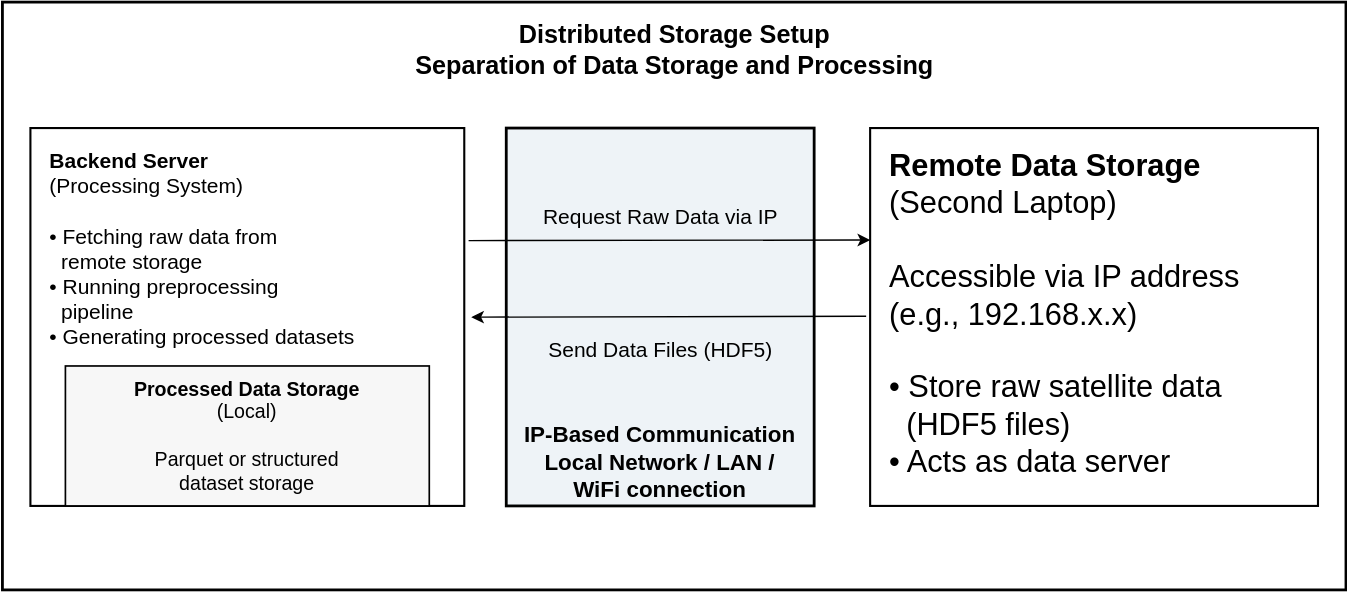
IshanG2111/Draw.io keeps this draw.io diagram as distributed_storage_setup.drawio.svg. Above is the earlier version. Source tidied: cells renumbered, new cells last; positions are measured from the earlier drawing's top-left corner, leaving out a move shared by most shapes.
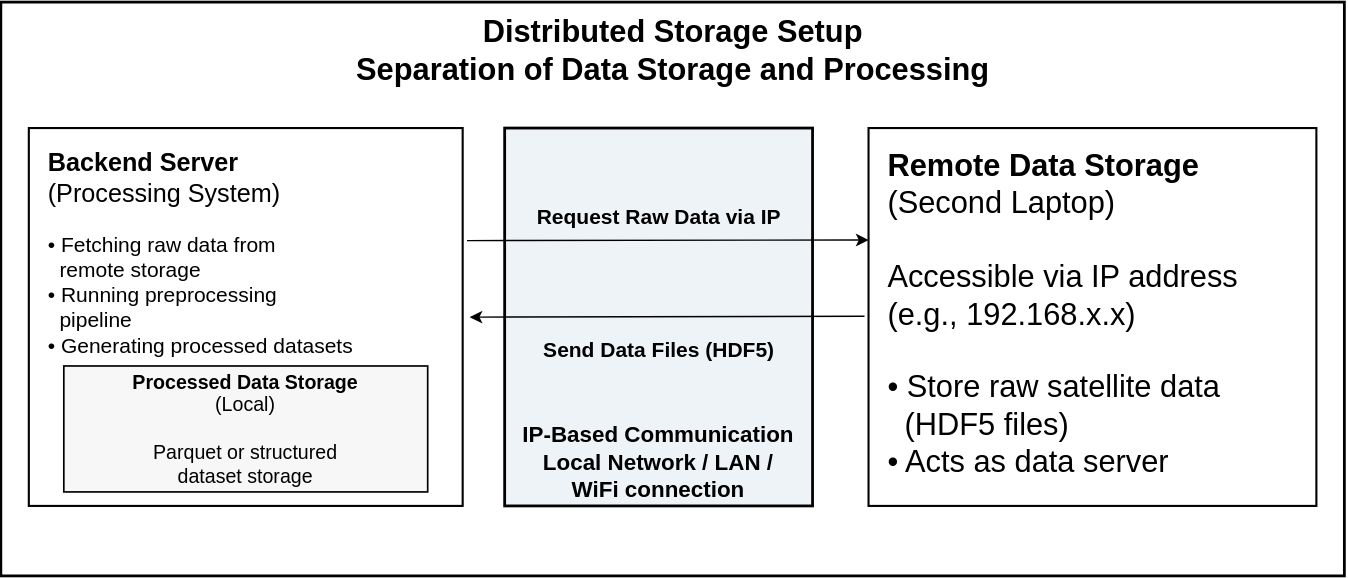
After the change.

The edit, as a diff of the source:
```diff
@@ -2,25 +2,25 @@
   <root>
     <mxCell id="0" />
     <mxCell id="1" parent="0" />
-    <mxCell id="2" style="rounded=0;whiteSpace=wrap;html=1;strokeWidth=2;fillColor=none;" parent="1" vertex="1">
-      <mxGeometry width="960" height="420" as="geometry" />
-    </mxCell>
+    <mxCell id="12" style="rounded=0;whiteSpace=wrap;html=1;strokeWidth=2;" parent="1" vertex="1">
+      <mxGeometry width="960" height="410" as="geometry" />
+    </mxCell>
-    <mxCell id="3" value="&lt;b&gt;Distributed Storage Setup&lt;/b&gt;&lt;br/&gt;Separation of Data Storage and Processing" style="text;html=1;align=center;verticalAlign=middle;fontSize=18;fontStyle=1;spacing=2;" parent="1" vertex="1">
+    <mxCell id="3" value="&lt;font style=&quot;font-size: 22px;&quot;&gt;&lt;b style=&quot;&quot;&gt;Distributed Storage Setup&lt;/b&gt;&lt;br&gt;Separation of Data Storage and Processing&lt;/font&gt;" style="text;html=1;align=center;verticalAlign=middle;fontSize=18;fontStyle=1;spacing=2;" parent="1" vertex="1">
       <mxGeometry x="250" y="10" width="460" height="50" as="geometry" />
     </mxCell>
-    <mxCell id="4" value="&lt;font style=&quot;font-size: 15px;&quot;&gt;&lt;b style=&quot;&quot;&gt;Backend Server&lt;/b&gt;&lt;br&gt;(Processing System)&lt;br&gt;&lt;br&gt;• Fetching raw data from&lt;br&gt;&amp;nbsp;&amp;nbsp;remote storage&lt;br&gt;• Running preprocessing&lt;br&gt;&amp;nbsp;&amp;nbsp;pipeline&lt;br&gt;• Generating processed datasets&lt;/font&gt;" style="rounded=0;whiteSpace=wrap;html=1;align=left;verticalAlign=top;spacingLeft=12;spacingTop=8;strokeWidth=1.5;fontSize=14;" parent="1" vertex="1">
+    <mxCell id="4" value="&lt;font style=&quot;&quot;&gt;&lt;font style=&quot;font-size: 18px;&quot;&gt;&lt;b style=&quot;&quot;&gt;Backend Server&lt;/b&gt;&lt;br&gt;(Processing System)&lt;/font&gt;&lt;br&gt;&lt;br&gt;&lt;span style=&quot;font-size: 15px;&quot;&gt;• Fetching raw data from&lt;/span&gt;&lt;br&gt;&lt;span style=&quot;font-size: 15px;&quot;&gt;&amp;nbsp;&amp;nbsp;remote storage&lt;/span&gt;&lt;br&gt;&lt;span style=&quot;font-size: 15px;&quot;&gt;• Running preprocessing&lt;/span&gt;&lt;br&gt;&lt;span style=&quot;font-size: 15px;&quot;&gt;&amp;nbsp;&amp;nbsp;pipeline&lt;/span&gt;&lt;br&gt;&lt;span style=&quot;font-size: 15px;&quot;&gt;• Generating processed datasets&lt;/span&gt;&lt;/font&gt;" style="rounded=0;whiteSpace=wrap;html=1;align=left;verticalAlign=top;spacingLeft=12;spacingTop=8;strokeWidth=1.5;fontSize=14;" parent="1" vertex="1">
       <mxGeometry x="20" y="90" width="310" height="270" as="geometry" />
     </mxCell>
     <mxCell id="5" value="&lt;b&gt;Processed Data Storage&lt;/b&gt;&lt;br/&gt;(Local)&lt;br/&gt;&lt;br/&gt;Parquet or structured&lt;br/&gt;dataset storage" style="rounded=0;whiteSpace=wrap;html=1;align=center;verticalAlign=middle;spacing=4;strokeWidth=1.2;fontSize=14;fillColor=#f7f7f7;" parent="1" vertex="1">
-      <mxGeometry x="45" y="260" width="260" height="100" as="geometry" />
+      <mxGeometry x="45" y="260" width="260" height="90" as="geometry" />
     </mxCell>
     <mxCell id="6" value="&lt;b&gt;IP-Based Communication&lt;/b&gt;&lt;br/&gt;Local Network / LAN /&lt;br/&gt;WiFi connection" style="rounded=0;whiteSpace=wrap;html=1;align=center;verticalAlign=bottom;spacingTop=200;strokeColor=default;fillColor=#eef3f7;gradientColor=none;fontSize=16;fontStyle=1;strokeWidth=2;" parent="1" vertex="1">
       <mxGeometry x="360" y="90" width="220" height="270" as="geometry" />
     </mxCell>
-    <mxCell id="7" value="Request Raw Data via IP" style="text;html=1;align=center;verticalAlign=middle;fontSize=15;" parent="1" vertex="1">
+    <mxCell id="7" value="&lt;b&gt;Request Raw Data via IP&lt;/b&gt;" style="text;html=1;align=center;verticalAlign=middle;fontSize=15;" parent="1" vertex="1">
       <mxGeometry x="375" y="140" width="190" height="25" as="geometry" />
     </mxCell>
-    <mxCell id="8" value="Send Data Files (HDF5)" style="text;html=1;align=center;verticalAlign=middle;fontSize=15;" parent="1" vertex="1">
+    <mxCell id="8" value="&lt;b&gt;Send Data Files (HDF5)&lt;/b&gt;" style="text;html=1;align=center;verticalAlign=middle;fontSize=15;" parent="1" vertex="1">
       <mxGeometry x="375" y="235" width="190" height="25" as="geometry" />
     </mxCell>
     <mxCell id="9" value="&lt;font style=&quot;font-size: 22px;&quot;&gt;&lt;b style=&quot;&quot;&gt;Remote Data Storage&lt;/b&gt;&lt;br&gt;(Second Laptop)&lt;br&gt;&lt;br&gt;Accessible via IP address&lt;br&gt;(e.g., 192.168.x.x)&lt;br&gt;&lt;br&gt;• Store raw satellite data&lt;br&gt;&amp;nbsp;&amp;nbsp;(HDF5 files)&lt;br&gt;• Acts as data server&lt;/font&gt;" style="rounded=0;whiteSpace=wrap;html=1;align=left;verticalAlign=top;spacingLeft=12;spacingTop=8;strokeWidth=1.5;fontSize=14;" parent="1" vertex="1">
```
